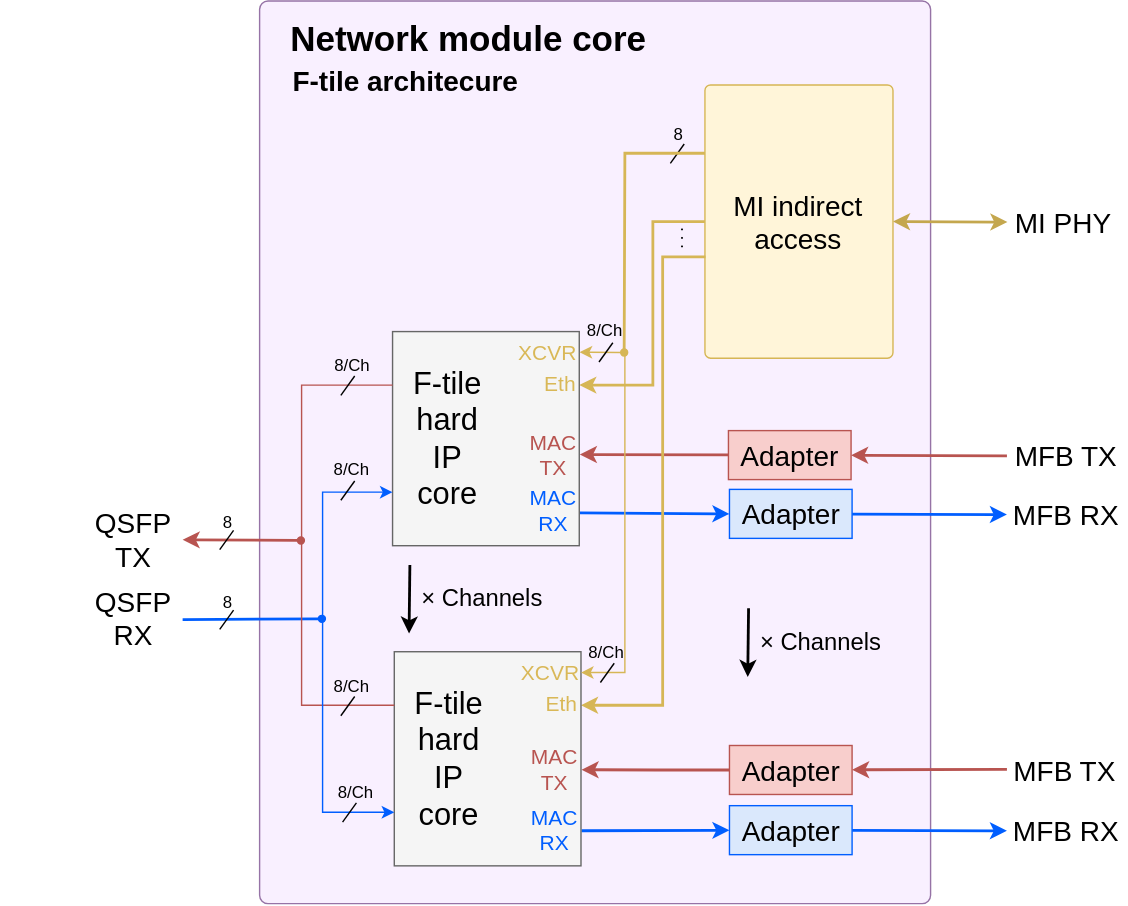
Above: intel/doc/img/ftile_network_module_core.svg in CESNET/ndk-core (draw.io), before the change. Source tidied: cells renumbered, new cells last; positions are measured from the earlier drawing's top-left corner, leaving out a move shared by most shapes.
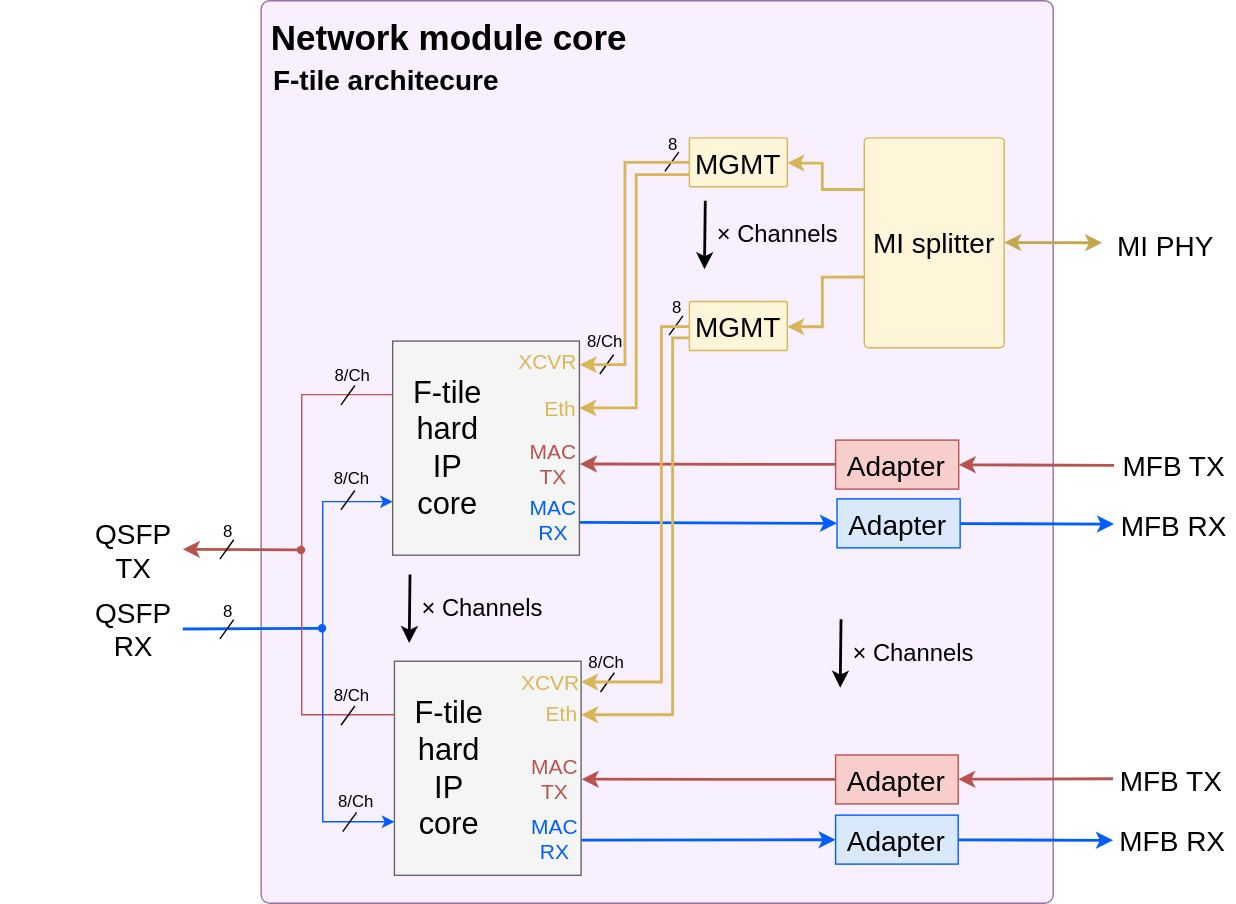
After the commit.

The edit, as a diff of the source:
```diff
@@ -3,8 +3,26 @@
     <mxCell id="0" />
     <mxCell id="1" parent="0" />
     <mxCell id="2" style="rounded=1;whiteSpace=wrap;html=1;align=center;absoluteArcSize=1;arcSize=12;fillColor=#F9F0FF;strokeColor=#9673a6;" parent="1" vertex="1">
-      <mxGeometry x="185" width="479.4" height="645" as="geometry" />
+      <mxGeometry x="186" y="-7" width="566" height="645" as="geometry" />
     </mxCell>
+    <mxCell id="82" style="endArrow=none;html=1;rounded=0;" parent="1" edge="1">
+      <mxGeometry relative="1" as="geometry">
+        <mxPoint x="428.5" y="487" as="sourcePoint" />
+        <mxPoint x="438.4" y="473.2" as="targetPoint" />
+      </mxGeometry>
+    </mxCell>
+    <mxCell id="84" style="group;" parent="1" vertex="1">
+      <mxGeometry x="469" y="203" width="29" height="29" as="geometry" />
+    </mxCell>
+    <mxCell id="85" value="8" style="text;html=1;strokeColor=none;fillColor=none;align=center;verticalAlign=middle;whiteSpace=wrap;rounded=0;dashed=1;" parent="84" vertex="1">
+      <mxGeometry y="2" width="29" height="15" as="geometry" />
+    </mxCell>
+    <mxCell id="86" style="endArrow=none;html=1;rounded=0;" parent="84" edge="1">
+      <mxGeometry relative="1" as="geometry">
+        <mxPoint x="8.5" y="29" as="sourcePoint" />
+        <mxPoint x="18.4" y="15.2" as="targetPoint" />
+      </mxGeometry>
+    </mxCell>
     <mxCell id="3" style="rounded=0;jettySize=auto;html=1;entryX=0;entryY=0.5;entryDx=0;entryDy=0;strokeColor=#005EFF;strokeWidth=2;fontSize=20;exitX=1.002;exitY=0.847;exitDx=0;exitDy=0;exitPerimeter=0;" parent="1" edge="1" source="34" target="8">
       <mxGeometry relative="1" as="geometry" />
     </mxCell>
@@ -13,47 +31,47 @@
     </mxCell>
     <mxCell id="5" style="edgeStyle=none;rounded=0;jettySize=auto;html=1;strokeWidth=2;fontSize=17;fillColor=#f8cecc;strokeColor=#b85450;" parent="1" edge="1" target="6">
       <mxGeometry relative="1" as="geometry">
-        <mxPoint x="719" y="325" as="sourcePoint" />
+        <mxPoint x="795.5" y="325" as="sourcePoint" />
       </mxGeometry>
     </mxCell>
     <mxCell id="6" value="&lt;font style=&quot;font-size: 20px;&quot;&gt;Adapter&lt;/font&gt;" style="rounded=0;whiteSpace=wrap;html=1;fillColor=#f8cecc;strokeColor=#b85450;fontSize=20;" parent="1" vertex="1">
-      <mxGeometry x="520" y="307" width="87.6" height="35" as="geometry" />
+      <mxGeometry x="596.5" y="307" width="88" height="35" as="geometry" />
     </mxCell>
     <mxCell id="7" style="edgeStyle=none;rounded=0;jettySize=auto;html=1;strokeWidth=2;fontSize=17;strokeColor=#005EFF;" parent="1" edge="1" source="8">
       <mxGeometry relative="1" as="geometry">
-        <mxPoint x="719" y="367" as="targetPoint" />
+        <mxPoint x="795.5" y="367" as="targetPoint" />
       </mxGeometry>
     </mxCell>
     <mxCell id="8" value="&lt;font style=&quot;font-size: 20px;&quot;&gt;Adapter&lt;/font&gt;" style="rounded=0;whiteSpace=wrap;html=1;fillColor=#dae8fc;strokeColor=#005EFF;fontSize=20;" parent="1" vertex="1">
-      <mxGeometry x="520.7" y="349" width="87.6" height="35" as="geometry" />
+      <mxGeometry x="597.5" y="349" width="88" height="35" as="geometry" />
     </mxCell>
     <mxCell id="9" value="&lt;font style=&quot;font-size: 25px&quot;&gt;Network module core&lt;/font&gt;" style="text;html=1;align=center;verticalAlign=middle;horizontal=1;fontStyle=1;fontSize=25;" parent="1" vertex="1">
-      <mxGeometry x="201" y="9" width="265" height="35" as="geometry" />
+      <mxGeometry x="187" y="1" width="265" height="35" as="geometry" />
     </mxCell>
     <mxCell id="10" style="rounded=0;jettySize=auto;html=1;strokeWidth=2;fontSize=17;fillColor=#f8cecc;strokeColor=#b85450;" parent="1" edge="1" target="12">
       <mxGeometry relative="1" as="geometry">
-        <mxPoint x="719" y="549" as="sourcePoint" />
+        <mxPoint x="794.8" y="549" as="sourcePoint" />
       </mxGeometry>
     </mxCell>
     <mxCell id="11" style="edgeStyle=elbowEdgeStyle;rounded=0;jettySize=auto;html=1;fillColor=#f8cecc;strokeColor=#b85450;strokeWidth=2;entryX=1.003;entryY=0.551;entryDx=0;entryDy=0;entryPerimeter=0;" parent="1" edge="1" source="12" target="27">
       <mxGeometry relative="1" as="geometry" />
     </mxCell>
     <mxCell id="12" value="&lt;font style=&quot;font-size: 20px;&quot;&gt;Adapter&lt;/font&gt;" style="rounded=0;whiteSpace=wrap;html=1;fillColor=#f8cecc;strokeColor=#b85450;fontSize=20;" parent="1" vertex="1">
-      <mxGeometry x="520.7" y="532" width="87.6" height="35" as="geometry" />
+      <mxGeometry x="596.5" y="532" width="87.6" height="35" as="geometry" />
     </mxCell>
     <mxCell id="13" style="rounded=0;jettySize=auto;html=1;strokeColor=#005EFF;strokeWidth=2;fontSize=20;exitX=1.003;exitY=0.836;exitDx=0;exitDy=0;exitPerimeter=0;" parent="1" edge="1" source="27" target="15">
       <mxGeometry relative="1" as="geometry" />
     </mxCell>
     <mxCell id="14" style="rounded=0;jettySize=auto;html=1;strokeWidth=2;fontSize=17;strokeColor=#005EFF;" parent="1" edge="1" source="15">
       <mxGeometry relative="1" as="geometry">
-        <mxPoint x="719" y="593" as="targetPoint" />
+        <mxPoint x="794.8" y="593" as="targetPoint" />
       </mxGeometry>
     </mxCell>
     <mxCell id="15" value="&lt;font style=&quot;font-size: 20px;&quot;&gt;Adapter&lt;/font&gt;" style="rounded=0;whiteSpace=wrap;html=1;fillColor=#dae8fc;strokeColor=#005EFF;fontSize=20;" parent="1" vertex="1">
-      <mxGeometry x="520.7" y="575" width="87.6" height="35" as="geometry" />
+      <mxGeometry x="596.5" y="575" width="87.6" height="35" as="geometry" />
     </mxCell>
     <mxCell id="16" style="group;" parent="1" vertex="1">
-      <mxGeometry x="504" y="420" width="163" height="77" as="geometry" />
+      <mxGeometry x="570" y="421" width="163" height="77" as="geometry" />
     </mxCell>
     <mxCell id="17" style="endArrow=classic;html=1;strokeColor=#000000;strokeWidth=2;fontSize=20;" parent="16" edge="1">
       <mxGeometry relative="1" as="geometry">
@@ -64,36 +82,29 @@
     <mxCell id="18" value="&lt;span style=&quot;font-family: helvetica; font-size: 17px; font-style: normal; font-weight: 400; letter-spacing: normal; text-align: center; text-indent: 0px; text-transform: none; word-spacing: 0px; float: none; display: inline;&quot;&gt;× Channels&lt;/span&gt;" style="text;whiteSpace=wrap;html=1;fontSize=17;" parent="16" vertex="1">
       <mxGeometry x="36.8" y="22" width="126.2" height="36" as="geometry" />
     </mxCell>
-    <mxCell id="19" value="&lt;font face=&quot;Comic Sans MS&quot;&gt;. . .&lt;/font&gt;" style="text;html=1;strokeColor=none;fillColor=none;align=center;verticalAlign=middle;whiteSpace=wrap;rounded=0;horizontal=1;rotation=-90;" parent="1" vertex="1">
-      <mxGeometry x="471.7" y="161.7" width="24.2" height="16.5" as="geometry" />
-    </mxCell>
-    <mxCell id="20" value="MI PHY" style="text;html=1;align=center;verticalAlign=middle;fontSize=20;" parent="1" vertex="1">
-      <mxGeometry x="719" y="142.6" width="80" height="30" as="geometry" />
-    </mxCell>
-    <mxCell id="21" style="rounded=0;jettySize=auto;html=1;startArrow=classic;startFill=1;endArrow=classic;endFill=1;strokeColor=#C4A74E;exitX=1;exitY=0.5;exitDx=0;exitDy=0;strokeWidth=2;" parent="1" edge="1" source="23">
-      <mxGeometry relative="1" as="geometry">
-        <mxPoint x="719.3" y="158" as="targetPoint" />
-      </mxGeometry>
-    </mxCell>
-    <mxCell id="22" style="edgeStyle=elbowEdgeStyle;rounded=0;jettySize=auto;html=1;endArrow=classic;endFill=1;strokeWidth=2;exitX=0;exitY=0.5;exitDx=0;exitDy=0;fillColor=#fff2cc;strokeColor=#d6b656;entryX=1;entryY=0.25;entryDx=0;entryDy=0;" parent="1" edge="1" source="23" target="34">
+    <mxCell id="22" style="edgeStyle=elbowEdgeStyle;rounded=0;jettySize=auto;html=1;endArrow=classic;endFill=1;strokeWidth=2;exitX=0;exitY=0.75;exitDx=0;exitDy=0;fillColor=#fff2cc;strokeColor=#d6b656;entryX=1;entryY=0.312;entryDx=0;entryDy=0;entryPerimeter=0;" parent="1" edge="1" source="89" target="34">
       <mxGeometry relative="1" as="geometry">
         <Array as="points">
+          <mxPoint x="454" y="151" />
+          <mxPoint x="453" y="162" />
+          <mxPoint x="457" y="185" />
+          <mxPoint x="454" y="210" />
+          <mxPoint x="459" y="250" />
           <mxPoint x="466" y="213" />
         </Array>
       </mxGeometry>
     </mxCell>
-    <mxCell id="23" value="&lt;font style=&quot;font-size: 20px;&quot;&gt;MI indirect access&lt;/font&gt;" style="rounded=1;whiteSpace=wrap;html=1;fillColor=#FFF5D9;strokeColor=#d6b656;arcSize=3;verticalAlign=middle;fontSize=20;" parent="1" vertex="1">
-      <mxGeometry x="503.2" y="60" width="134.4" height="195.3" as="geometry" />
-    </mxCell>
-    <mxCell id="24" style="edgeStyle=elbowEdgeStyle;rounded=0;jettySize=auto;html=1;entryX=1;entryY=0.25;entryDx=0;entryDy=0;endArrow=classic;endFill=1;strokeWidth=2;fillColor=#fff2cc;strokeColor=#d6b656;exitX=0.003;exitY=0.629;exitDx=0;exitDy=0;exitPerimeter=0;" parent="1" edge="1" source="23" target="27">
+    <mxCell id="24" style="edgeStyle=elbowEdgeStyle;rounded=0;jettySize=auto;html=1;entryX=1;entryY=0.25;entryDx=0;entryDy=0;endArrow=classic;endFill=1;strokeWidth=2;fillColor=#fff2cc;strokeColor=#d6b656;exitX=0;exitY=0.74;exitDx=0;exitDy=0;exitPerimeter=0;" parent="1" edge="1" source="92" target="27">
       <mxGeometry relative="1" as="geometry">
         <Array as="points">
+          <mxPoint x="480" y="281" />
+          <mxPoint x="489" y="285" />
           <mxPoint x="473" y="339" />
         </Array>
       </mxGeometry>
     </mxCell>
     <mxCell id="25" value="MFB TX" style="text;html=1;align=center;verticalAlign=middle;fontSize=20;" parent="1" vertex="1">
-      <mxGeometry x="719" y="309.5" width="85" height="30" as="geometry" />
+      <mxGeometry x="795.5" y="310" width="85" height="30" as="geometry" />
     </mxCell>
     <mxCell id="26" style="group;" parent="1" vertex="1">
       <mxGeometry x="281.2" y="465" width="133.4" height="153" as="geometry" />
@@ -126,7 +137,7 @@
       <mxGeometry x="92.4" y="5" width="38.1" height="20" as="geometry" />
     </mxCell>
     <mxCell id="36" value="Eth" style="text;html=1;strokeColor=none;fillColor=none;align=center;verticalAlign=middle;whiteSpace=wrap;rounded=0;fontSize=15;fontColor=#D9B857;" parent="33" vertex="1">
-      <mxGeometry x="108.6" y="26.8" width="21.9" height="20" as="geometry" />
+      <mxGeometry x="108.6" y="37.8" width="21.9" height="20" as="geometry" />
     </mxCell>
     <mxCell id="37" value="MAC RX" style="text;html=1;strokeColor=none;fillColor=none;align=center;verticalAlign=middle;whiteSpace=wrap;rounded=0;fontSize=15;fontColor=#005EFF;" parent="33" vertex="1">
       <mxGeometry x="100.1" y="113.8" width="30.5" height="28.2" as="geometry" />
@@ -236,7 +247,7 @@
       </mxGeometry>
     </mxCell>
     <mxCell id="62" style="group;" parent="1" vertex="1">
-      <mxGeometry x="470" y="87" width="29" height="29" as="geometry" />
+      <mxGeometry x="466" y="86" width="29" height="29" as="geometry" />
     </mxCell>
     <mxCell id="63" value="8" style="text;html=1;strokeColor=none;fillColor=none;align=center;verticalAlign=middle;whiteSpace=wrap;rounded=0;dashed=1;" parent="62" vertex="1">
       <mxGeometry y="2" width="29" height="15" as="geometry" />
@@ -247,45 +258,34 @@
         <mxPoint x="18.4" y="15.2" as="targetPoint" />
       </mxGeometry>
     </mxCell>
-    <mxCell id="65" style="endArrow=none;html=1;rounded=0;strokeColor=#d6b656;exitX=1.002;exitY=0.096;exitDx=0;exitDy=0;exitPerimeter=0;startArrow=classic;startFill=1;fillColor=#fff2cc;" parent="1" edge="1" source="34" target="73">
-      <mxGeometry relative="1" as="geometry" />
-    </mxCell>
-    <mxCell id="66" style="endArrow=none;html=1;rounded=0;strokeColor=#d6b656;exitX=1.002;exitY=0.096;exitDx=0;exitDy=0;exitPerimeter=0;startArrow=classic;startFill=1;edgeStyle=elbowEdgeStyle;fillColor=#fff2cc;entryX=0.5;entryY=1;entryDx=0;entryDy=0;" parent="1" edge="1" target="73">
+    <mxCell id="66" style="endArrow=none;html=1;rounded=0;strokeColor=#d6b656;exitX=1.002;exitY=0.096;exitDx=0;exitDy=0;exitPerimeter=0;startArrow=classic;startFill=1;edgeStyle=elbowEdgeStyle;fillColor=#fff2cc;entryX=0;entryY=0.51;entryDx=0;entryDy=0;entryPerimeter=0;strokeWidth=2;" parent="1" edge="1" target="92">
       <mxGeometry relative="1" as="geometry">
         <mxPoint x="414.6" y="479.9" as="sourcePoint" />
         <Array as="points">
+          <mxPoint x="472" y="254" />
+          <mxPoint x="453" y="302" />
           <mxPoint x="446" y="365" />
         </Array>
       </mxGeometry>
     </mxCell>
-    <mxCell id="67" style="edgeStyle=elbowEdgeStyle;rounded=0;jettySize=auto;html=1;endArrow=none;endFill=0;exitX=0;exitY=0.25;exitDx=0;exitDy=0;strokeWidth=2;fillColor=#fff2cc;strokeColor=#d6b656;" parent="1" edge="1" source="23" target="73">
-      <mxGeometry relative="1" as="geometry">
-        <Array as="points">
-          <mxPoint x="446" y="181" />
-        </Array>
-      </mxGeometry>
-    </mxCell>
     <mxCell id="68" value="MFB RX" style="text;html=1;align=center;verticalAlign=middle;fontSize=20;" parent="1" vertex="1">
-      <mxGeometry x="718" y="352.5" width="87" height="29" as="geometry" />
+      <mxGeometry x="794.5" y="353" width="87" height="29" as="geometry" />
     </mxCell>
     <mxCell id="69" value="MFB TX" style="text;html=1;align=center;verticalAlign=middle;fontSize=20;" parent="1" vertex="1">
-      <mxGeometry x="718" y="535" width="85" height="30" as="geometry" />
+      <mxGeometry x="793.8" y="535" width="85" height="30" as="geometry" />
     </mxCell>
     <mxCell id="70" value="MFB RX" style="text;html=1;align=center;verticalAlign=middle;fontSize=20;" parent="1" vertex="1">
-      <mxGeometry x="718" y="578" width="87" height="29" as="geometry" />
+      <mxGeometry x="793.8" y="578" width="87" height="29" as="geometry" />
     </mxCell>
     <mxCell id="71" value="8/Ch" style="text;html=1;strokeColor=none;fillColor=none;align=center;verticalAlign=middle;whiteSpace=wrap;rounded=0;dashed=1;" parent="1" vertex="1">
       <mxGeometry x="420" y="229" width="24" height="15" as="geometry" />
     </mxCell>
     <mxCell id="72" style="endArrow=none;html=1;rounded=0;" parent="1" edge="1">
       <mxGeometry relative="1" as="geometry">
-        <mxPoint x="427.5" y="258" as="sourcePoint" />
-        <mxPoint x="437.4" y="244.2" as="targetPoint" />
+        <mxPoint x="428" y="259.8" as="sourcePoint" />
+        <mxPoint x="437.9" y="246" as="targetPoint" />
       </mxGeometry>
     </mxCell>
-    <mxCell id="73" style="ellipse;whiteSpace=wrap;html=1;fillColor=#D6B656;strokeColor=#d6b656;" parent="1" vertex="1">
-      <mxGeometry x="443" y="248.7" width="5" height="5" as="geometry" />
-    </mxCell>
     <mxCell id="74" value="8/Ch" style="text;html=1;strokeColor=none;fillColor=none;align=center;verticalAlign=middle;whiteSpace=wrap;rounded=0;dashed=1;" parent="1" vertex="1">
       <mxGeometry x="239" y="253" width="25" height="15" as="geometry" />
     </mxCell>
@@ -322,14 +322,63 @@
         <mxPoint x="254.2" y="573" as="targetPoint" />
       </mxGeometry>
     </mxCell>
-    <mxCell id="82" style="endArrow=none;html=1;rounded=0;" parent="1" edge="1">
-      <mxGeometry relative="1" as="geometry">
-        <mxPoint x="428.5" y="487" as="sourcePoint" />
-        <mxPoint x="438.4" y="473.2" as="targetPoint" />
-      </mxGeometry>
-    </mxCell>
     <mxCell id="83" value="&lt;font style=&quot;font-size: 20px&quot;&gt;F-tile architecure&lt;/font&gt;" style="text;html=1;align=center;verticalAlign=middle;horizontal=1;fontStyle=1;fontSize=25;" parent="1" vertex="1">
-      <mxGeometry x="203" y="36" width="172" height="37" as="geometry" />
+      <mxGeometry x="189" y="28" width="172" height="37" as="geometry" />
     </mxCell>
+    <mxCell id="87" value="&lt;font style=&quot;font-size: 20px;&quot;&gt;MI splitter&lt;br&gt;&lt;/font&gt;" style="rounded=1;whiteSpace=wrap;html=1;fillColor=#FFF5D9;strokeColor=#d6b656;arcSize=3;verticalAlign=middle;fontSize=20;absoluteArcSize=0;points=[[0,0,0,0,0],[0,0.25,0,0,0],[0,0.42,0,0,0],[0,0.5,0,0,0],[0,0.58,0,0,0],[0,1,0,0,0],[0.25,0,0,0,0],[0.25,1,0,0,0],[0.5,0,0,0,0],[0.5,1,0,0,0],[0.75,0,0,0,0],[0.75,1,0,0,0],[1,0,0,0,0],[1,0.25,0,0,0],[1,0.5,0,0,0],[1,0.75,0,0,0],[1,1,0,0,0]];" parent="1" vertex="1">
+      <mxGeometry x="617" y="91" width="100" height="150" as="geometry" />
+    </mxCell>
+    <mxCell id="88" style="edgeStyle=orthogonalEdgeStyle;rounded=0;jettySize=auto;html=1;startSize=6;exitX=0.005;exitY=0.246;exitDx=0;exitDy=0;exitPerimeter=0;strokeColor=#D6B656;strokeWidth=2;" parent="1" edge="1" source="87" target="89">
+      <mxGeometry relative="1" as="geometry">
+        <Array as="points">
+          <mxPoint x="587" y="128" />
+          <mxPoint x="587" y="109" />
+        </Array>
+      </mxGeometry>
+    </mxCell>
+    <mxCell id="89" value="MGMT" style="rounded=1;whiteSpace=wrap;html=1;fillColor=#FFF5D9;strokeColor=#d6b656;arcSize=3;verticalAlign=middle;fontSize=20;" parent="1" vertex="1">
+      <mxGeometry x="492" y="91" width="70" height="35" as="geometry" />
+    </mxCell>
+    <mxCell id="90" style="rounded=0;orthogonalLoop=1;jettySize=auto;html=1;startArrow=classic;startFill=1;endArrow=classic;endFill=1;strokeColor=#C4A74E;exitX=1;exitY=0.5;exitDx=0;exitDy=0;strokeWidth=2;" parent="1" edge="1">
+      <mxGeometry relative="1" as="geometry">
+        <mxPoint x="717" y="165.8" as="sourcePoint" />
+        <mxPoint x="787" y="166" as="targetPoint" />
+      </mxGeometry>
+    </mxCell>
+    <mxCell id="20" value="MI PHY" style="text;html=1;align=center;verticalAlign=middle;fontSize=20;" parent="1" vertex="1">
+      <mxGeometry x="792" y="153" width="80" height="30" as="geometry" />
+    </mxCell>
+    <mxCell id="91" style="edgeStyle=orthogonalEdgeStyle;rounded=0;orthogonalLoop=1;jettySize=auto;html=1;exitX=0.002;exitY=0.663;exitDx=0;exitDy=0;exitPerimeter=0;strokeColor=#D6B656;strokeWidth=2;" parent="1" edge="1">
+      <mxGeometry relative="1" as="geometry">
+        <mxPoint x="617.2" y="190.4" as="sourcePoint" />
+        <mxPoint x="562" y="226" as="targetPoint" />
+        <Array as="points">
+          <mxPoint x="587" y="190" />
+          <mxPoint x="587" y="226" />
+        </Array>
+      </mxGeometry>
+    </mxCell>
+    <mxCell id="92" value="MGMT" style="rounded=1;whiteSpace=wrap;html=1;fillColor=#FFF5D9;strokeColor=#d6b656;arcSize=3;verticalAlign=middle;fontSize=20;points=[[0,0,0,0,0],[0,0.26,0,0,0],[0,0.51,0,0,0],[0,0.74,0,0,0],[0,1,0,0,0],[0.26,0,0,0,0],[0.26,1,0,0,0],[0.5,0,0,0,0],[0.5,1,0,0,0],[0.76,0,0,0,0],[0.76,1,0,0,0],[1,0,0,0,0],[1,0.26,0,0,0],[1,0.51,0,0,0],[1,0.74,0,0,0],[1,1,0,0,0]];" parent="1" vertex="1">
+      <mxGeometry x="492" y="208" width="70" height="35" as="geometry" />
+    </mxCell>
+    <mxCell id="93" style="group;" parent="1" vertex="1">
+      <mxGeometry x="473" y="122" width="163" height="77" as="geometry" />
+    </mxCell>
+    <mxCell id="94" style="endArrow=classic;html=1;strokeColor=#000000;strokeWidth=2;fontSize=20;" parent="93" edge="1">
+      <mxGeometry relative="1" as="geometry">
+        <mxPoint x="30.4" y="14" as="sourcePoint" />
+        <mxPoint x="29.8" y="63" as="targetPoint" />
+      </mxGeometry>
+    </mxCell>
+    <mxCell id="95" value="&lt;span style=&quot;font-family: helvetica; font-size: 17px; font-style: normal; font-weight: 400; letter-spacing: normal; text-align: center; text-indent: 0px; text-transform: none; word-spacing: 0px; float: none; display: inline;&quot;&gt;× Channels&lt;/span&gt;" style="text;whiteSpace=wrap;html=1;fontSize=17;" parent="93" vertex="1">
+      <mxGeometry x="36.8" y="22" width="126.2" height="36" as="geometry" />
+    </mxCell>
+    <mxCell id="67" style="edgeStyle=elbowEdgeStyle;rounded=0;jettySize=auto;html=1;endArrow=none;endFill=0;exitX=1.002;exitY=0.11;exitDx=0;exitDy=0;strokeWidth=2;fillColor=#fff2cc;strokeColor=#d6b656;entryX=0;entryY=0.5;entryDx=0;entryDy=0;startArrow=classic;startFill=1;exitPerimeter=0;" parent="1" edge="1" source="34" target="89">
+      <mxGeometry relative="1" as="geometry">
+        <Array as="points">
+          <mxPoint x="446" y="181" />
+        </Array>
+      </mxGeometry>
+    </mxCell>
   </root>
 </mxGraphModel>
```
